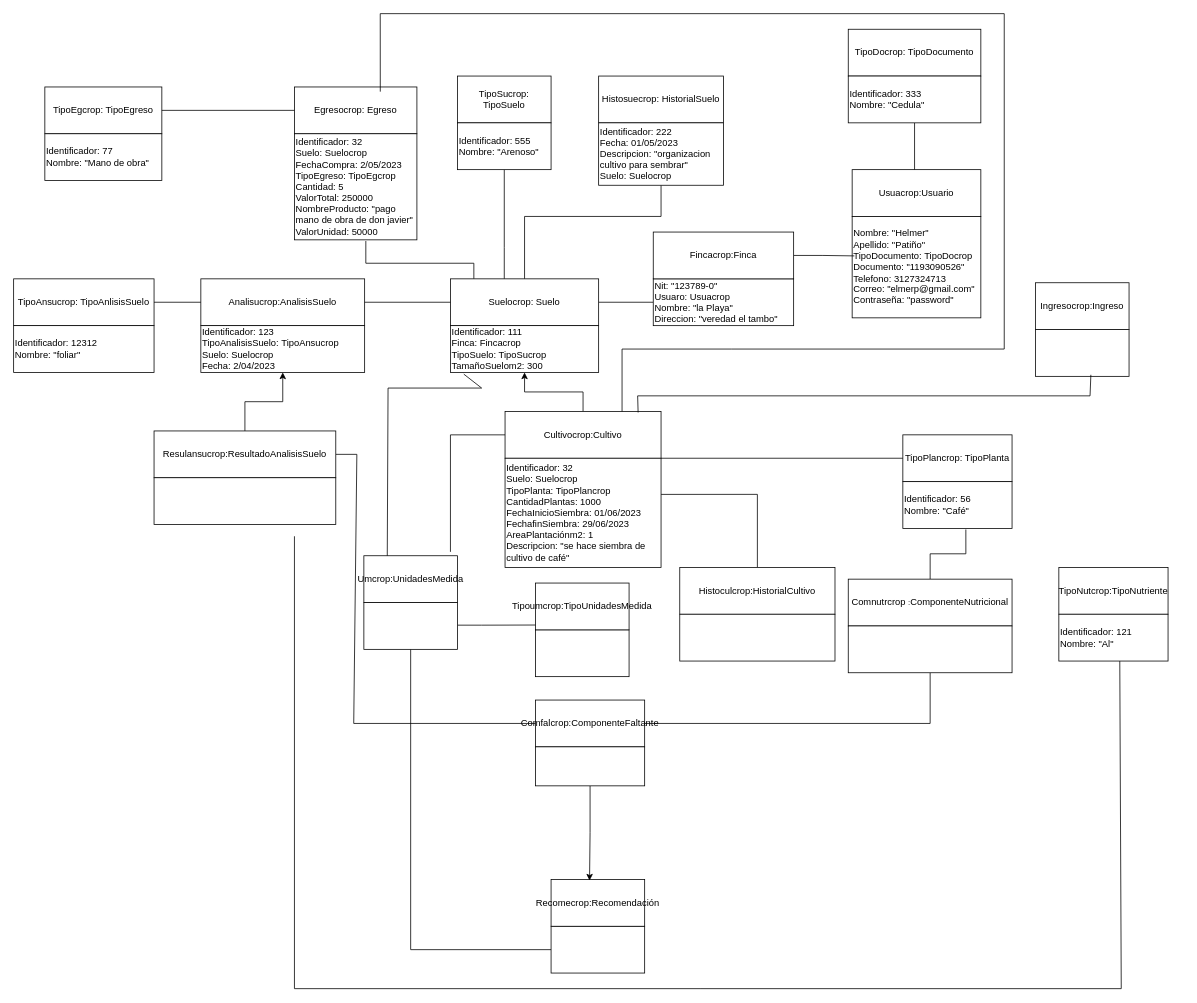
The draw.io diagram proyecto de clase cropscan/Diagrama de Objeto.drawio in 1193090526alexander/IngenieriaDeSotwareII, before the edit. Source tidied: cells renumbered, new cells numbered last; positions are measured from the earlier drawing's top-left corner, leaving out a move shared by most shapes. Both pictures are drawn from the tidied source at 78%, with x=0, y=0 at pixel (13, 13).
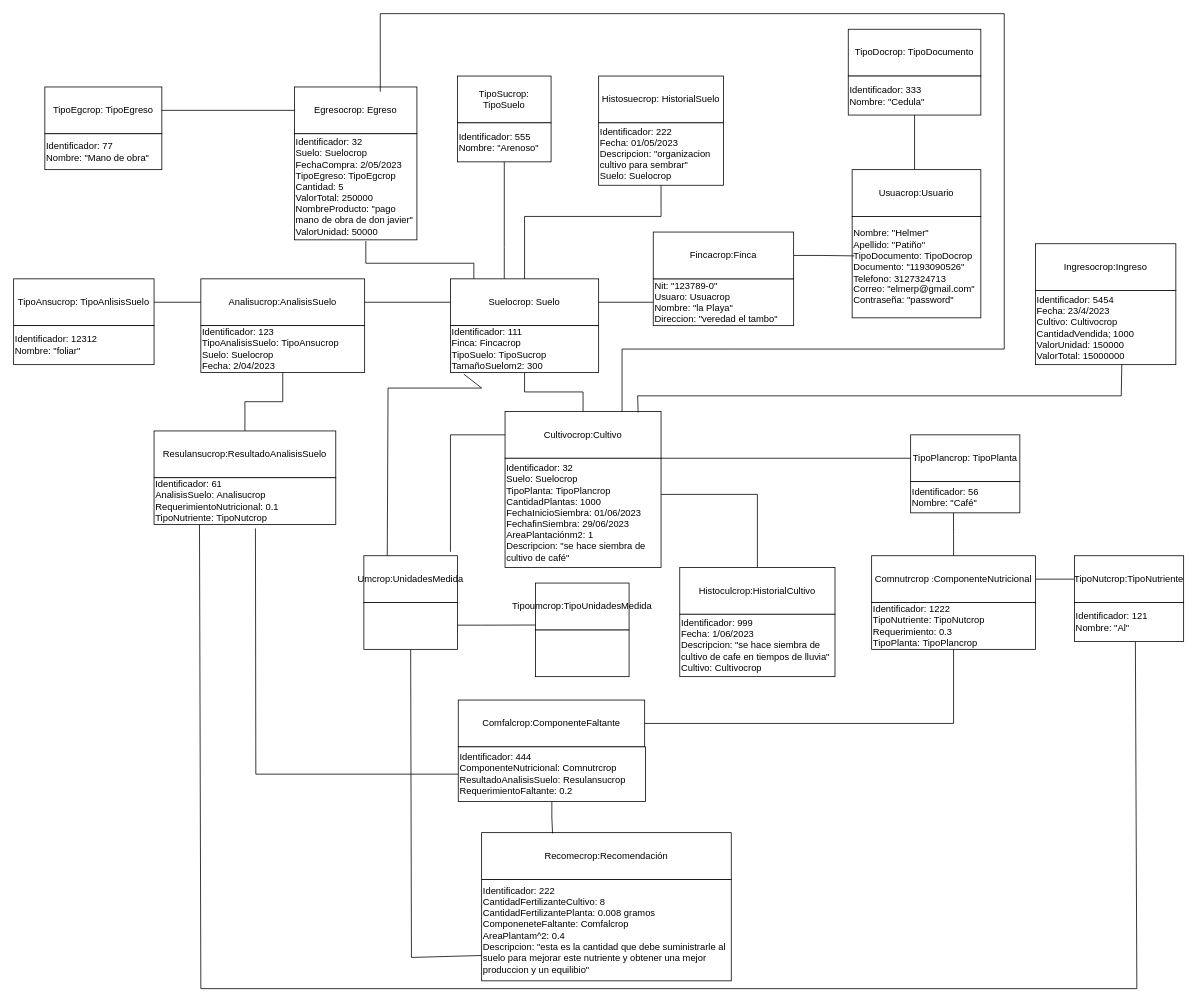
After the change.

Unchanged cells that the change refers to:
```xml
<mxCell id="13" value="Cultivocrop:Cultivo" style="rounded=0;whiteSpace=wrap;html=1;" parent="1" vertex="1">
  <mxGeometry x="630" y="510" width="200" height="60" as="geometry" />
</mxCell>
<mxCell id="38" value="Resulansucrop:ResultadoAnalisisSuelo" style="rounded=0;whiteSpace=wrap;html=1;" parent="1" vertex="1">
  <mxGeometry x="180" y="535" width="233" height="60" as="geometry" />
</mxCell>
<mxCell id="45" value="Identificador: 123&lt;br&gt;TipoAnalisisSuelo:&amp;nbsp;TipoAnsucrop&lt;br&gt;Suelo:&amp;nbsp;Suelocrop&lt;br&gt;Fecha: 2/04/2023" style="rounded=0;whiteSpace=wrap;html=1;align=left;" parent="1" vertex="1">
  <mxGeometry x="240" y="400" width="210" height="60" as="geometry" />
</mxCell>
<mxCell id="47" style="rounded=0;whiteSpace=wrap;html=1;" parent="1" vertex="1">
  <mxGeometry x="449" y="755" width="120" height="60" as="geometry" />
</mxCell>
<mxCell id="58" value="Identificador: 111&lt;br&gt;Finca:&amp;nbsp;Fincacrop&lt;br&gt;TipoSuelo:&amp;nbsp;TipoSucrop&lt;br&gt;TamañoSuelom2: 300" style="rounded=0;whiteSpace=wrap;html=1;align=left;" parent="1" vertex="1">
  <mxGeometry x="560" y="400" width="190" height="60" as="geometry" />
</mxCell>
```

Change to the diagram source:
```diff
@@
-    <mxCell id="11" style="rounded=0;whiteSpace=wrap;html=1;" parent="1" vertex="1">
-      <mxGeometry x="689" y="1170" width="120" height="60" as="geometry" />
+    <mxCell id="11" value="Identificador: 222&lt;br&gt;CantidadFertilizanteCultivo: 8&lt;br&gt;CantidadFertilizantePlanta:&amp;nbsp;0.008 gramos&lt;br&gt;ComponeneteFaltante: Comfalcrop&lt;br&gt;AreaPlantam^2: 0.4&lt;br&gt;Descripcion: &quot;esta es la cantidad que debe suministrarle al suelo para mejorar este nutriente y obtener una mejor produccion y un equilibio&quot;" style="rounded=0;whiteSpace=wrap;html=1;align=left;" parent="1" vertex="1">
+      <mxGeometry x="600" y="1110" width="320" height="130" as="geometry" />
     </mxCell>
-    <mxCell id="12" style="edgeStyle=orthogonalEdgeStyle;rounded=0;jettySize=auto;html=1;" parent="1" edge="1" source="13" target="58">
+    <mxCell id="12" style="edgeStyle=orthogonalEdgeStyle;rounded=0;jettySize=auto;html=1;endArrow=none;endFill=0;" parent="1" edge="1" source="13" target="58">
       <mxGeometry relative="1" as="geometry" />
     </mxCell>
@@
     <mxCell id="17" value="TipoPlancrop: TipoPlanta" style="rounded=0;whiteSpace=wrap;html=1;" parent="1" vertex="1">
-      <mxGeometry x="1140" y="540" width="140" height="60" as="geometry" />
+      <mxGeometry x="1150" y="540" width="140" height="60" as="geometry" />
     </mxCell>
@@
+    <mxCell id="68" style="edgeStyle=orthogonalEdgeStyle;rounded=0;jettySize=auto;html=1;entryX=0;entryY=0.5;entryDx=0;entryDy=0;endArrow=none;endFill=0;" parent="1" edge="1" source="21" target="35">
+      <mxGeometry relative="1" as="geometry" />
+    </mxCell>
-    <mxCell id="20" style="edgeStyle=orthogonalEdgeStyle;rounded=0;jettySize=auto;html=1;entryX=0.577;entryY=1.022;entryDx=0;entryDy=0;entryPerimeter=0;endArrow=none;endFill=0;" parent="1" edge="1" source="21" target="62">
+    <mxCell id="20" style="edgeStyle=orthogonalEdgeStyle;rounded=0;jettySize=auto;html=1;entryX=0.392;entryY=0.967;entryDx=0;entryDy=0;entryPerimeter=0;endArrow=none;endFill=0;" parent="1" edge="1" source="21" target="62">
       <mxGeometry relative="1" as="geometry" />
     </mxCell>
     <mxCell id="21" value="Comnutrcrop&amp;nbsp;&lt;font size=&quot;1&quot;&gt;:&lt;/font&gt;ComponenteNutricional" style="rounded=0;whiteSpace=wrap;html=1;" parent="1" vertex="1">
-      <mxGeometry x="1070" y="725" width="210" height="60" as="geometry" />
+      <mxGeometry x="1100" y="695" width="210" height="60" as="geometry" />
     </mxCell>
@@
-    <mxCell id="23" style="rounded=0;whiteSpace=wrap;html=1;" parent="1" vertex="1">
-      <mxGeometry x="1310" y="405" width="120" height="60" as="geometry" />
+    <mxCell id="23" value="Identificador: 5454&lt;br&gt;Fecha: 23/4/2023&lt;br&gt;Cultivo:&amp;nbsp;Cultivocrop&lt;br&gt;CantidadVendida; 1000&lt;br&gt;ValorUnidad: 150000&lt;br&gt;ValorTotal: 15000000" style="rounded=0;whiteSpace=wrap;html=1;align=left;" parent="1" vertex="1">
+      <mxGeometry x="1310" y="355" width="180" height="95" as="geometry" />
     </mxCell>
-    <mxCell id="24" style="endArrow=none;html=1;rounded=0;exitX=0.853;exitY=0.022;exitDx=0;exitDy=0;entryX=0.592;entryY=0.967;entryDx=0;entryDy=0;entryPerimeter=0;exitPerimeter=0;" parent="1" edge="1" source="13" target="23">
+    <mxCell id="24" style="endArrow=none;html=1;rounded=0;exitX=0.853;exitY=0.022;exitDx=0;exitDy=0;exitPerimeter=0;entryX=0.615;entryY=1.002;entryDx=0;entryDy=0;entryPerimeter=0;" parent="1" edge="1" source="13" target="23">
       <mxGeometry relative="1" as="geometry">
         <Array as="points">
           <mxPoint x="800" y="490" />
-          <mxPoint x="1380" y="490" />
+          <mxPoint x="1420" y="490" />
         </Array>
       </mxGeometry>
     </mxCell>
     <mxCell id="25" value="Comfalcrop:ComponenteFaltante" style="rounded=0;whiteSpace=wrap;html=1;" parent="1" vertex="1">
-      <mxGeometry x="669" y="880" width="140" height="60" as="geometry" />
+      <mxGeometry x="570" y="880" width="239" height="60" as="geometry" />
     </mxCell>
-    <mxCell id="26" style="endArrow=none;html=1;rounded=0;entryX=1;entryY=0.5;entryDx=0;entryDy=0;exitX=0;exitY=0.5;exitDx=0;exitDy=0;" parent="1" edge="1" source="25" target="38">
-      <mxGeometry relative="1" as="geometry">
-        <Array as="points">
-          <mxPoint x="436" y="910" />
-          <mxPoint x="440" y="565" />
-        </Array>
-      </mxGeometry>
-    </mxCell>
     <mxCell id="27" style="endArrow=none;html=1;rounded=0;exitX=1;exitY=0.5;exitDx=0;exitDy=0;entryX=0.5;entryY=1;entryDx=0;entryDy=0;" parent="1" edge="1" source="25" target="64">
       <mxGeometry relative="1" as="geometry">
         <Array as="points">
-          <mxPoint x="1175" y="910" />
+          <mxPoint x="1205" y="910" />
         </Array>
       </mxGeometry>
     </mxCell>
@@
     <mxCell id="35" value="TipoNutcrop:TipoNutriente" style="rounded=0;whiteSpace=wrap;html=1;" parent="1" vertex="1">
-      <mxGeometry x="1340" y="710" width="140" height="60" as="geometry" />
+      <mxGeometry x="1360" y="695" width="140" height="60" as="geometry" />
     </mxCell>
-    <mxCell id="36" style="endArrow=none;html=1;rounded=0;entryX=0.558;entryY=1;entryDx=0;entryDy=0;entryPerimeter=0;" parent="1" edge="1" target="55">
+    <mxCell id="36" style="endArrow=none;html=1;rounded=0;entryX=0.558;entryY=1;entryDx=0;entryDy=0;entryPerimeter=0;exitX=0.25;exitY=1;exitDx=0;exitDy=0;" parent="1" edge="1" source="67" target="55">
       <mxGeometry relative="1" as="geometry">
-        <mxPoint x="360" y="670" as="sourcePoint" />
         <Array as="points">
-          <mxPoint x="360" y="1250" />
+          <mxPoint x="240" y="1250" />
           <mxPoint x="880" y="1250" />
-          <mxPoint x="1420" y="1250" />
+          <mxPoint x="1440" y="1250" />
         </Array>
       </mxGeometry>
     </mxCell>
-    <mxCell id="37" style="edgeStyle=orthogonalEdgeStyle;rounded=0;jettySize=auto;html=1;entryX=0.5;entryY=1;entryDx=0;entryDy=0;" parent="1" edge="1" source="38" target="45">
+    <mxCell id="37" style="edgeStyle=orthogonalEdgeStyle;rounded=0;jettySize=auto;html=1;entryX=0.5;entryY=1;entryDx=0;entryDy=0;endArrow=none;endFill=0;" parent="1" edge="1" source="38" target="45">
       <mxGeometry relative="1" as="geometry" />
     </mxCell>
@@
-    <mxCell id="42" style="endArrow=none;html=1;rounded=0;exitX=0;exitY=0.5;exitDx=0;exitDy=0;entryX=0.5;entryY=1;entryDx=0;entryDy=0;" parent="1" edge="1" source="11" target="47">
+    <mxCell id="42" style="endArrow=none;html=1;rounded=0;exitX=0;exitY=0.75;exitDx=0;exitDy=0;entryX=0.5;entryY=1;entryDx=0;entryDy=0;" parent="1" edge="1" source="11" target="47">
       <mxGeometry relative="1" as="geometry">
         <Array as="points">
-          <mxPoint x="509" y="1200" />
+          <mxPoint x="510" y="1210" />
         </Array>
       </mxGeometry>
     </mxCell>
@@
     <mxCell id="44" value="Identificador: 12312&lt;br style=&quot;border-color: var(--border-color);&quot;&gt;Nombre: &quot;foliar&quot;" style="rounded=0;whiteSpace=wrap;html=1;align=left;" parent="1" vertex="1">
-      <mxGeometry y="400" width="180" height="60" as="geometry" />
+      <mxGeometry y="400" width="180" height="50" as="geometry" />
     </mxCell>
@@
     <mxCell id="49" value="Identificador: 555&lt;br style=&quot;border-color: var(--border-color);&quot;&gt;Nombre: &quot;Arenoso&quot;" style="rounded=0;whiteSpace=wrap;html=1;align=left;" parent="1" vertex="1">
-      <mxGeometry x="569" y="140" width="120" height="60" as="geometry" />
+      <mxGeometry x="569" y="140" width="120" height="50" as="geometry" />
     </mxCell>
@@
     <mxCell id="51" value="Identificador: 77&lt;br style=&quot;border-color: var(--border-color);&quot;&gt;Nombre: &quot;Mano de obra&quot;" style="rounded=0;whiteSpace=wrap;html=1;align=left;" parent="1" vertex="1">
-      <mxGeometry x="40" y="154" width="150" height="60" as="geometry" />
+      <mxGeometry x="40" y="154" width="150" height="46" as="geometry" />
     </mxCell>
     <mxCell id="52" value="Identificador: 333&lt;br&gt;Nombre: &quot;Cedula&quot;" style="rounded=0;whiteSpace=wrap;html=1;align=left;" parent="1" vertex="1">
-      <mxGeometry x="1070" y="80" width="170" height="60" as="geometry" />
+      <mxGeometry x="1070" y="80" width="170" height="50" as="geometry" />
     </mxCell>
     <mxCell id="53" value="Ingresocrop:Ingreso" style="rounded=0;whiteSpace=wrap;html=1;" parent="1" vertex="1">
-      <mxGeometry x="1310" y="345" width="120" height="60" as="geometry" />
+      <mxGeometry x="1310" y="295" width="180" height="60" as="geometry" />
     </mxCell>
@@
     <mxCell id="55" value="&lt;div style=&quot;&quot;&gt;Identificador: 121&lt;br&gt;&lt;/div&gt;&lt;span style=&quot;color: rgb(0, 0, 0); font-family: Helvetica; font-size: 12px; font-style: normal; font-variant-ligatures: normal; font-variant-caps: normal; font-weight: 400; letter-spacing: normal; orphans: 2; text-indent: 0px; text-transform: none; widows: 2; word-spacing: 0px; -webkit-text-stroke-width: 0px; background-color: rgb(251, 251, 251); text-decoration-thickness: initial; text-decoration-style: initial; text-decoration-color: initial; float: none; display: inline !important;&quot;&gt;&lt;div style=&quot;&quot;&gt;Nombre: &quot;Al&quot;&lt;/div&gt;&lt;/span&gt;" style="rounded=0;whiteSpace=wrap;html=1;align=left;" parent="1" vertex="1">
-      <mxGeometry x="1340" y="770" width="140" height="60" as="geometry" />
+      <mxGeometry x="1360" y="755" width="140" height="50" as="geometry" />
     </mxCell>
@@
-    <mxCell id="61" style="rounded=0;whiteSpace=wrap;html=1;" parent="1" vertex="1">
-      <mxGeometry x="854" y="770" width="199" height="60" as="geometry" />
+    <mxCell id="61" value="Identificador: 999&lt;br&gt;Fecha: 1/06/2023&lt;br&gt;Descripcion: &quot;se hace siembra de cultivo de cafe en tiempos de lluvia&quot;&lt;br&gt;Cultivo:&amp;nbsp;Cultivocrop" style="rounded=0;whiteSpace=wrap;html=1;align=left;" parent="1" vertex="1">
+      <mxGeometry x="854" y="770" width="199" height="80" as="geometry" />
     </mxCell>
     <mxCell id="62" value="Identificador: 56&lt;br style=&quot;border-color: var(--border-color);&quot;&gt;Nombre: &quot;Café&quot;" style="rounded=0;whiteSpace=wrap;html=1;align=left;" parent="1" vertex="1">
-      <mxGeometry x="1140" y="600" width="140" height="60" as="geometry" />
+      <mxGeometry x="1150" y="600" width="140" height="40" as="geometry" />
     </mxCell>
     <mxCell id="63" value="Recomecrop:Recomendación" style="rounded=0;whiteSpace=wrap;html=1;" parent="1" vertex="1">
-      <mxGeometry x="689" y="1110" width="120" height="60" as="geometry" />
+      <mxGeometry x="600" y="1050" width="320" height="60" as="geometry" />
     </mxCell>
-    <mxCell id="64" style="rounded=0;whiteSpace=wrap;html=1;" parent="1" vertex="1">
-      <mxGeometry x="1070" y="785" width="210" height="60" as="geometry" />
+    <mxCell id="64" value="Identificador: 1222&lt;br&gt;TipoNutriente:&amp;nbsp;TipoNutcrop&lt;br&gt;Requerimiento: 0.3&lt;br&gt;TipoPlanta:&amp;nbsp;TipoPlancrop" style="rounded=0;whiteSpace=wrap;html=1;align=left;" parent="1" vertex="1">
+      <mxGeometry x="1100" y="755" width="210" height="60" as="geometry" />
     </mxCell>
+    <mxCell id="69" style="edgeStyle=orthogonalEdgeStyle;rounded=0;jettySize=auto;html=1;endArrow=none;endFill=0;" parent="1" edge="1" source="66">
+      <mxGeometry relative="1" as="geometry">
+        <mxPoint x="310" y="660" as="targetPoint" />
+      </mxGeometry>
+    </mxCell>
-    <mxCell id="65" style="edgeStyle=orthogonalEdgeStyle;rounded=0;jettySize=auto;html=1;entryX=0.411;entryY=0.024;entryDx=0;entryDy=0;entryPerimeter=0;" parent="1" edge="1" source="66" target="63">
+    <mxCell id="65" style="edgeStyle=orthogonalEdgeStyle;rounded=0;jettySize=auto;html=1;entryX=0.284;entryY=0.015;entryDx=0;entryDy=0;entryPerimeter=0;endArrow=none;endFill=0;" parent="1" edge="1" source="66" target="63">
       <mxGeometry relative="1" as="geometry" />
     </mxCell>
-    <mxCell id="66" style="rounded=0;whiteSpace=wrap;html=1;" parent="1" vertex="1">
-      <mxGeometry x="669" y="940" width="140" height="50" as="geometry" />
+    <mxCell id="66" value="Identificador: 444&lt;br&gt;ComponenteNutricional: Comnutrcrop&amp;nbsp;&lt;br&gt;ResultadoAnalisisSuelo: Resulansucrop&lt;br&gt;RequerimientoFaltante: 0.2" style="rounded=0;whiteSpace=wrap;html=1;align=left;" parent="1" vertex="1">
+      <mxGeometry x="570" y="940" width="240" height="70" as="geometry" />
     </mxCell>
-    <mxCell id="67" style="rounded=0;whiteSpace=wrap;html=1;" parent="1" vertex="1">
+    <mxCell id="67" value="Identificador: 61&lt;br&gt;AnalisisSuelo:&amp;nbsp;Analisucrop&lt;br&gt;RequerimientoNutricional: 0.1&lt;br&gt;TipoNutriente:&amp;nbsp;TipoNutcrop" style="rounded=0;whiteSpace=wrap;html=1;align=left;" parent="1" vertex="1">
       <mxGeometry x="180" y="595" width="233" height="60" as="geometry" />
     </mxCell>
```
